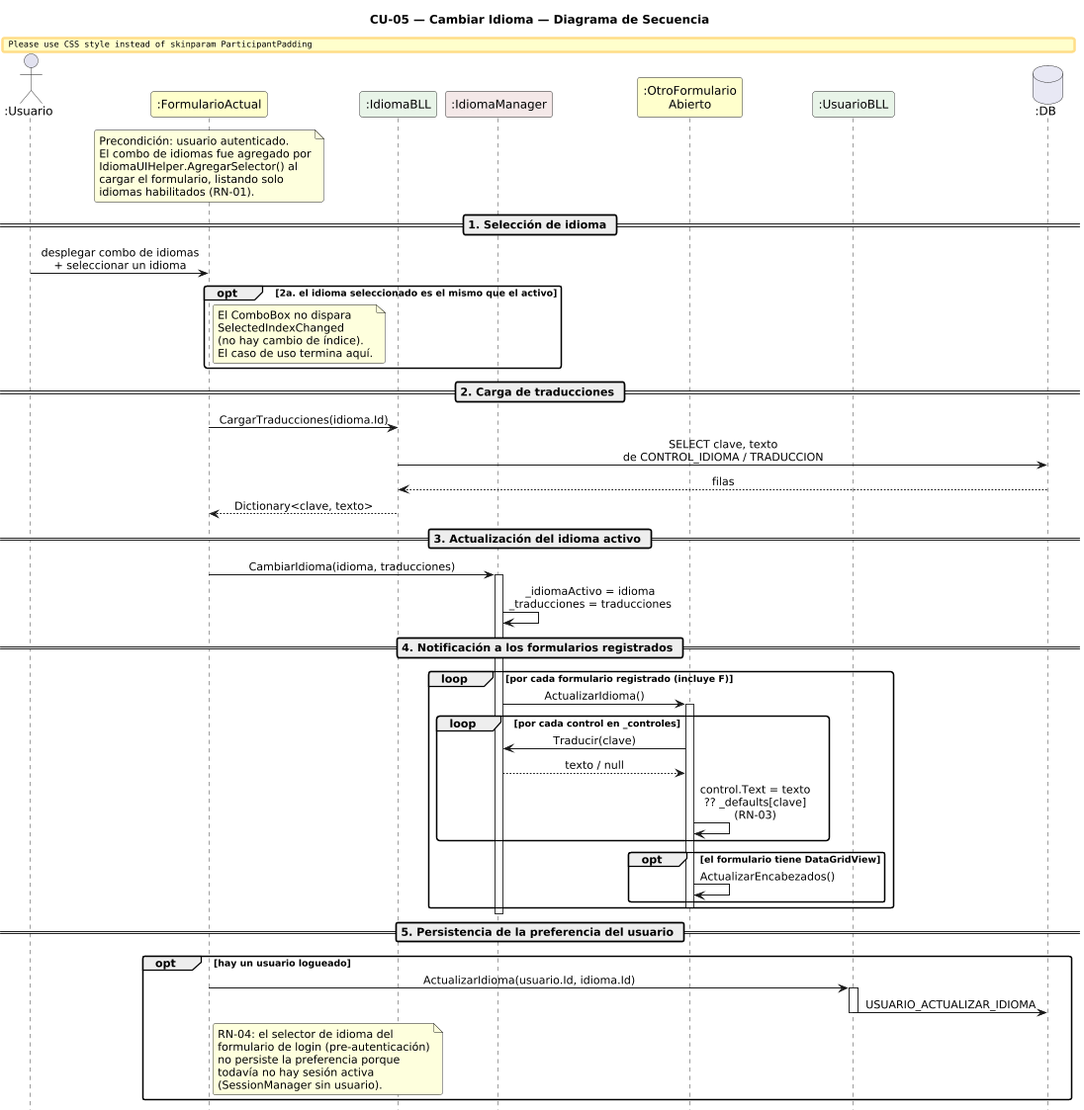
This is DIAGRAMAS/DiagramaSecuencia_CU05_CambiarIdioma.png from Urrels/ingenieria_software, a PlantUML export, as it was before one commit.
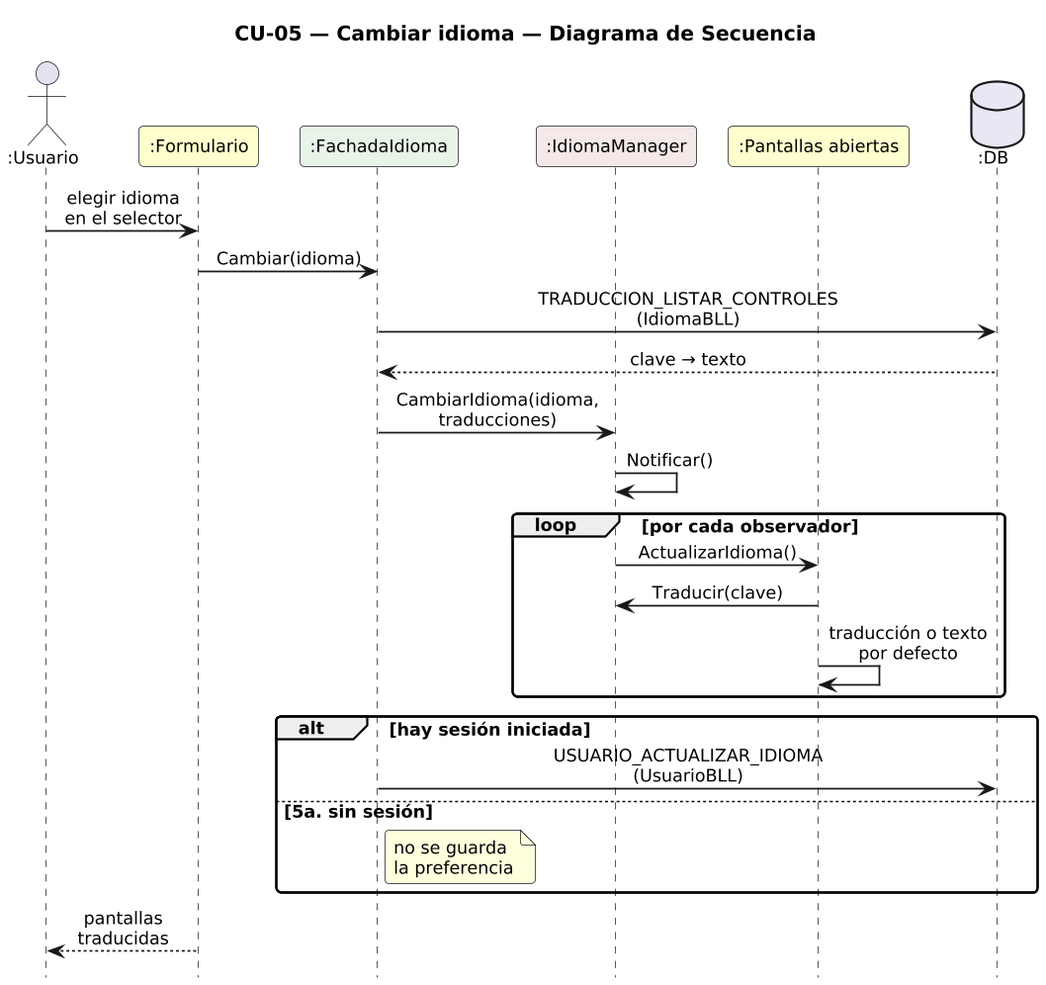
Later version of the same file.

What changed in the source:
```diff
@@ -1,92 +1,41 @@
 @startuml DiagramaSecuencia_CU05_CambiarIdioma
 
-title CU-05 — Cambiar Idioma — Diagrama de Secuencia
+title CU-05 — Cambiar idioma — Diagrama de Secuencia
 
 skinparam shadowing false
 skinparam roundcorner 6
 skinparam sequenceArrowThickness 1.2
-skinparam ParticipantPadding 14
+skinparam ParticipantPadding 6
+skinparam BoxPadding 4
+skinparam maxMessageSize 115
 skinparam sequenceMessageAlign center
+skinparam defaultFontSize 12
+skinparam dpi 140
 hide footbox
-scale 0.85
 
-actor       ":Usuario"             as U
-participant ":FormularioActual"    as F  #FEFECE
-participant ":IdiomaBLL"           as IB #E8F4E8
-participant ":IdiomaManager"       as IM #F4E8E8
-participant ":OtroFormulario\nAbierto" as F2 #FEFECE
-participant ":UsuarioBLL"          as UB #E8F4E8
-database    ":DB"                  as DB #E8E8F4
+actor ":Usuario" as U
+participant ":Formulario" as F #FEFECE
+participant ":FachadaIdioma" as FA #E8F4E8
+participant ":IdiomaManager" as IM #F4E8E8
+participant ":Pantallas abiertas" as O #FEFECE
+database ":DB" as DB #E8E8F4
 
-note over F
-  Precondición: usuario autenticado.
-  El combo de idiomas fue agregado por
-  IdiomaUIHelper.AgregarSelector() al
-  cargar el formulario, listando solo
-  idiomas habilitados (RN-01).
-end note
-
-== 1. Selección de idioma ==
-
-U -> F : desplegar combo de idiomas\n+ seleccionar un idioma
-
-opt 2a. el idioma seleccionado es el mismo que el activo
-  note right of F
-    El ComboBox no dispara
-    SelectedIndexChanged
-    (no hay cambio de índice).
-    El caso de uso termina aquí.
-  end note
+U -> F : elegir idioma\nen el selector
+F -> FA : Cambiar(idioma)
+FA -> DB : TRADUCCION_LISTAR_CONTROLES\n(IdiomaBLL)
+DB --> FA : clave → texto
+FA -> IM : CambiarIdioma(idioma,\ntraducciones)
+IM -> IM : Notificar()
+loop por cada observador
+  IM -> O : ActualizarIdioma()
+  O -> IM : Traducir(clave)
+  O -> O : traducción o texto\npor defecto
 end
-
-== 2. Carga de traducciones ==
-
-F -> IB : CargarTraducciones(idioma.Id)
-IB -> DB : SELECT clave, texto\nde CONTROL_IDIOMA / TRADUCCION
-DB --> IB : filas
-IB --> F : Dictionary<clave, texto>
-
-== 3. Actualización del idioma activo ==
-
-F -> IM : CambiarIdioma(idioma, traducciones)
-activate IM
-IM -> IM : _idiomaActivo = idioma\n_traducciones = traducciones
-
-== 4. Notificación a los formularios registrados ==
-
-loop por cada formulario registrado (incluye F)
-  IM -> F2 : ActualizarIdioma()
-  activate F2
-
-  loop por cada control en _controles
-    F2 -> IM : Traducir(clave)
-    IM --> F2 : texto / null
-    F2 -> F2 : control.Text = texto\n?? _defaults[clave]\n(RN-03)
-  end
-
-  opt el formulario tiene DataGridView
-    F2 -> F2 : ActualizarEncabezados()
-  end
-
-  deactivate F2
+alt hay sesión iniciada
+  FA -> DB : USUARIO_ACTUALIZAR_IDIOMA\n(UsuarioBLL)
+else 5a. sin sesión
+  note right of FA : no se guarda\nla preferencia
 end
-deactivate IM
-
-== 5. Persistencia de la preferencia del usuario ==
-
-opt hay un usuario logueado
-  F -> UB : ActualizarIdioma(usuario.Id, idioma.Id)
-  activate UB
-  UB -> DB : USUARIO_ACTUALIZAR_IDIOMA
-  deactivate UB
-
-  note right of F
-    RN-04: el selector de idioma del
-    formulario de login (pre-autenticación)
-    no persiste la preferencia porque
-    todavía no hay sesión activa
-    (SessionManager sin usuario).
-  end note
-end
+F --> U : pantallas traducidas
 
 @enduml
```
